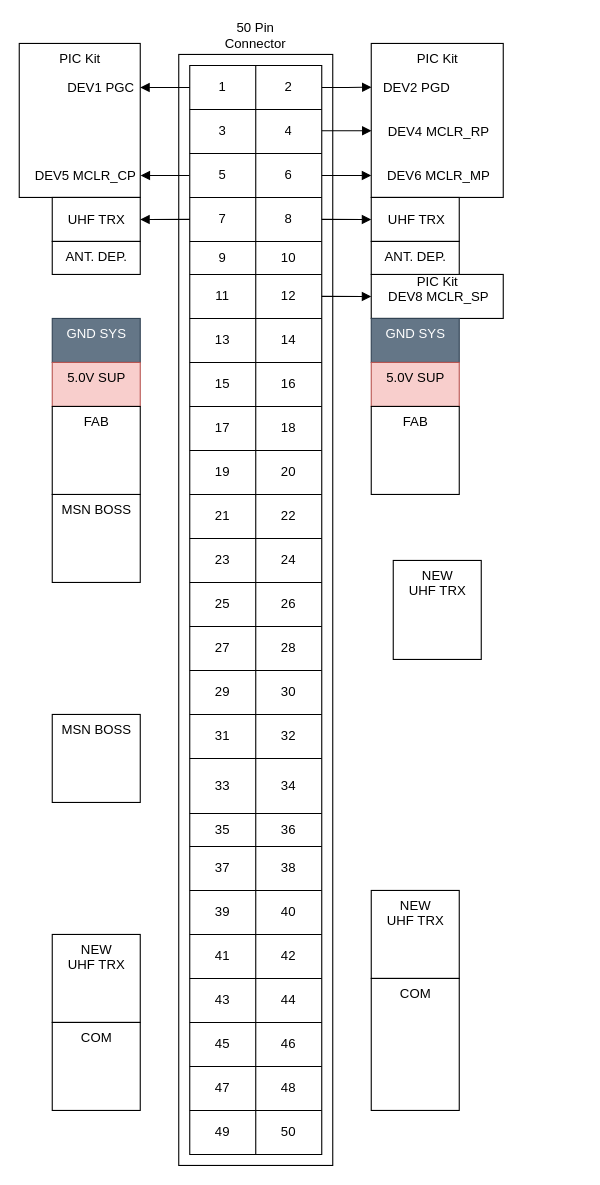
Before: page "2-ROW-50-PIN-ASSIGNMENT" (1 of 2) of Diagrams/50_pin_assignment.drawio in BIRDSOpenSource/BIRDSRP-OBC, a draw.io diagram. Source tidied: cells renumbered, new cells numbered last; positions are measured from the earlier drawing's top-left corner, leaving out a move shared by most shapes. Both pictures are drawn from the tidied source at 110%, with x=0, y=0 at pixel (19, 43).
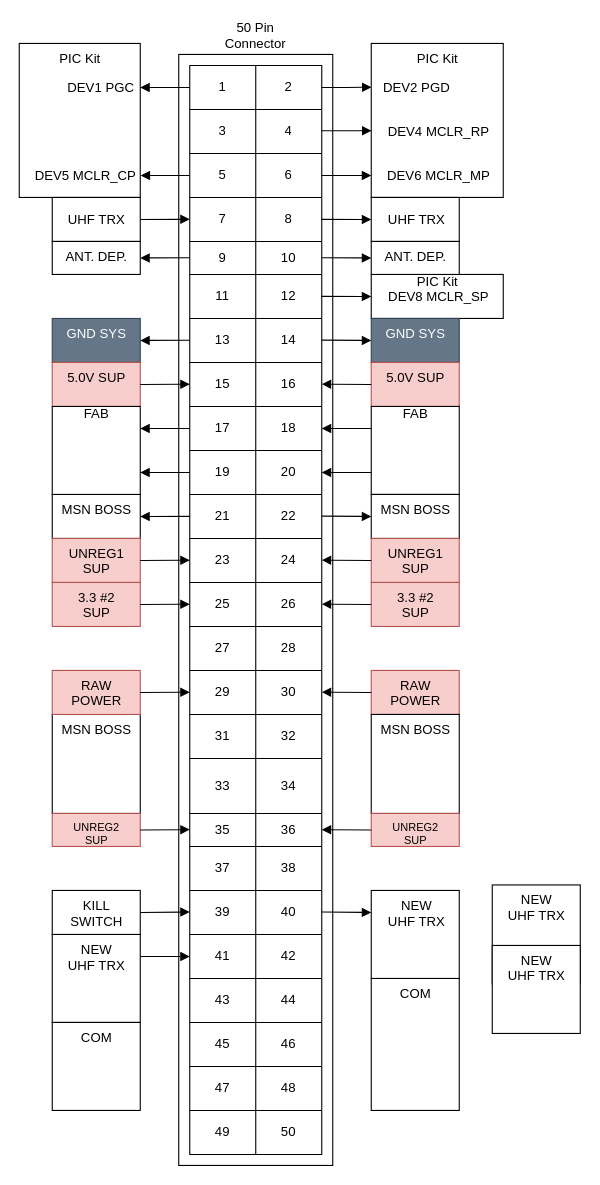
After the change.

What changed in the source:
```diff
@@
     <mxCell id="90" value="NEW&lt;div&gt;UHF TRX&lt;/div&gt;" style="html=1;perimeter=orthogonalPerimeter;targetShapes=umlLifeline;newEdgeStyle={&quot;edgeStyle&quot;:&quot;elbowEdgeStyle&quot;,&quot;elbow&quot;:&quot;vertical&quot;,&quot;curved&quot;:0,&quot;rounded&quot;:0};verticalAlign=top;" parent="1" vertex="1">
-      <mxGeometry x="340" y="470" width="80" height="90" as="geometry" />
+      <mxGeometry x="430" y="765" width="80" height="90" as="geometry" />
     </mxCell>
@@
     <mxCell id="93" value="NEW&lt;div&gt;UHF TRX&lt;/div&gt;" style="html=1;perimeter=orthogonalPerimeter;targetShapes=umlLifeline;newEdgeStyle={&quot;edgeStyle&quot;:&quot;elbowEdgeStyle&quot;,&quot;elbow&quot;:&quot;vertical&quot;,&quot;curved&quot;:0,&quot;rounded&quot;:0};verticalAlign=top;" parent="1" vertex="1">
-      <mxGeometry x="320" y="770" width="80" height="80" as="geometry" />
+      <mxGeometry x="430" y="820" width="80" height="80" as="geometry" />
     </mxCell>
-    <mxCell id="94" value="NEW&lt;div&gt;UHF TRX&lt;/div&gt;" style="html=1;perimeter=orthogonalPerimeter;targetShapes=umlLifeline;newEdgeStyle={&quot;edgeStyle&quot;:&quot;elbowEdgeStyle&quot;,&quot;elbow&quot;:&quot;vertical&quot;,&quot;curved&quot;:0,&quot;rounded&quot;:0};verticalAlign=top;" parent="1" vertex="1">
+    <mxCell id="94" style="html=1;perimeter=orthogonalPerimeter;targetShapes=umlLifeline;newEdgeStyle={&quot;edgeStyle&quot;:&quot;elbowEdgeStyle&quot;,&quot;elbow&quot;:&quot;vertical&quot;,&quot;curved&quot;:0,&quot;rounded&quot;:0};verticalAlign=top;" parent="1" vertex="1">
       <mxGeometry x="30" y="810" width="80" height="80" as="geometry" />
     </mxCell>
@@
     <mxCell id="97" value="MSN BOSS" style="html=1;perimeter=orthogonalPerimeter;targetShapes=umlLifeline;newEdgeStyle={&quot;edgeStyle&quot;:&quot;elbowEdgeStyle&quot;,&quot;elbow&quot;:&quot;vertical&quot;,&quot;curved&quot;:0,&quot;rounded&quot;:0};verticalAlign=top;" parent="1" vertex="1">
-      <mxGeometry x="30" y="610" width="80" height="80" as="geometry" />
+      <mxGeometry x="30" y="610" width="80" height="90" as="geometry" />
     </mxCell>
     <mxCell id="98" value="MSN BOSS" style="html=1;perimeter=orthogonalPerimeter;targetShapes=umlLifeline;newEdgeStyle={&quot;edgeStyle&quot;:&quot;elbowEdgeStyle&quot;,&quot;elbow&quot;:&quot;vertical&quot;,&quot;curved&quot;:0,&quot;rounded&quot;:0};verticalAlign=top;" parent="1" vertex="1">
-      <mxGeometry x="30" y="410" width="80" height="80" as="geometry" />
+      <mxGeometry x="30" y="410" width="80" height="40" as="geometry" />
     </mxCell>
@@
-    <mxCell id="103" style="html=1;verticalAlign=bottom;endArrow=block;edgeStyle=elbowEdgeStyle;elbow=vertical;curved=0;rounded=0;exitX=-0.003;exitY=0.101;exitDx=0;exitDy=0;exitPerimeter=0;entryX=1.003;entryY=0.856;entryDx=0;entryDy=0;entryPerimeter=0;" parent="1" edge="1">
+    <mxCell id="103" style="html=1;verticalAlign=bottom;endArrow=none;edgeStyle=elbowEdgeStyle;elbow=vertical;curved=0;rounded=0;exitX=-0.003;exitY=0.101;exitDx=0;exitDy=0;exitPerimeter=0;entryX=1.003;entryY=0.856;entryDx=0;entryDy=0;entryPerimeter=0;startArrow=block;startFill=1;endFill=0;" parent="1" edge="1">
       <mxGeometry relative="1" as="geometry">
         <mxPoint x="155" y="159.9" as="sourcePoint" />
         <mxPoint x="110" y="159.9" as="targetPoint" />
       </mxGeometry>
     </mxCell>
@@
-    <mxCell id="113" value="FAB" style="html=1;perimeter=orthogonalPerimeter;targetShapes=umlLifeline;newEdgeStyle={&quot;edgeStyle&quot;:&quot;elbowEdgeStyle&quot;,&quot;elbow&quot;:&quot;vertical&quot;,&quot;curved&quot;:0,&quot;rounded&quot;:0};verticalAlign=top;" parent="1" vertex="1">
+    <mxCell id="113" value="FAB" style="html=1;perimeter=orthogonalPerimeter;targetShapes=umlLifeline;newEdgeStyle={&quot;edgeStyle&quot;:&quot;elbowEdgeStyle&quot;,&quot;elbow&quot;:&quot;vertical&quot;,&quot;curved&quot;:0,&quot;rounded&quot;:0};verticalAlign=top;spacing=-5;" parent="1" vertex="1">
       <mxGeometry x="320" y="330" width="80" height="80" as="geometry" />
     </mxCell>
-    <mxCell id="114" value="FAB" style="html=1;perimeter=orthogonalPerimeter;targetShapes=umlLifeline;newEdgeStyle={&quot;edgeStyle&quot;:&quot;elbowEdgeStyle&quot;,&quot;elbow&quot;:&quot;vertical&quot;,&quot;curved&quot;:0,&quot;rounded&quot;:0};verticalAlign=top;" parent="1" vertex="1">
+    <mxCell id="114" value="FAB" style="html=1;perimeter=orthogonalPerimeter;targetShapes=umlLifeline;newEdgeStyle={&quot;edgeStyle&quot;:&quot;elbowEdgeStyle&quot;,&quot;elbow&quot;:&quot;vertical&quot;,&quot;curved&quot;:0,&quot;rounded&quot;:0};verticalAlign=top;spacing=-5;" parent="1" vertex="1">
       <mxGeometry x="30" y="330" width="80" height="80" as="geometry" />
     </mxCell>
+    <mxCell id="115" value="UNREG1&lt;div&gt;SUP&lt;/div&gt;" style="html=1;perimeter=orthogonalPerimeter;targetShapes=umlLifeline;newEdgeStyle={&quot;edgeStyle&quot;:&quot;elbowEdgeStyle&quot;,&quot;elbow&quot;:&quot;vertical&quot;,&quot;curved&quot;:0,&quot;rounded&quot;:0};labelPosition=center;verticalLabelPosition=middle;align=center;verticalAlign=top;fillColor=#f8cecc;strokeColor=#b85450;" parent="1" vertex="1">
+      <mxGeometry x="30" y="450" width="80" height="40" as="geometry" />
+    </mxCell>
+    <mxCell id="116" value="MSN BOSS" style="html=1;perimeter=orthogonalPerimeter;targetShapes=umlLifeline;newEdgeStyle={&quot;edgeStyle&quot;:&quot;elbowEdgeStyle&quot;,&quot;elbow&quot;:&quot;vertical&quot;,&quot;curved&quot;:0,&quot;rounded&quot;:0};verticalAlign=top;" parent="1" vertex="1">
+      <mxGeometry x="320" y="410" width="80" height="40" as="geometry" />
+    </mxCell>
+    <mxCell id="117" value="UNREG1&lt;div&gt;SUP&lt;/div&gt;" style="html=1;perimeter=orthogonalPerimeter;targetShapes=umlLifeline;newEdgeStyle={&quot;edgeStyle&quot;:&quot;elbowEdgeStyle&quot;,&quot;elbow&quot;:&quot;vertical&quot;,&quot;curved&quot;:0,&quot;rounded&quot;:0};labelPosition=center;verticalLabelPosition=middle;align=center;verticalAlign=top;fillColor=#f8cecc;strokeColor=#b85450;" parent="1" vertex="1">
+      <mxGeometry x="320" y="450" width="80" height="40" as="geometry" />
+    </mxCell>
+    <mxCell id="118" value="3.3 #2&lt;div&gt;SUP&lt;/div&gt;" style="html=1;perimeter=orthogonalPerimeter;targetShapes=umlLifeline;newEdgeStyle={&quot;edgeStyle&quot;:&quot;elbowEdgeStyle&quot;,&quot;elbow&quot;:&quot;vertical&quot;,&quot;curved&quot;:0,&quot;rounded&quot;:0};labelPosition=center;verticalLabelPosition=middle;align=center;verticalAlign=top;fillColor=#f8cecc;strokeColor=#b85450;" parent="1" vertex="1">
+      <mxGeometry x="30" y="490" width="80" height="40" as="geometry" />
+    </mxCell>
+    <mxCell id="119" value="3.3 #2&lt;div&gt;SUP&lt;/div&gt;" style="html=1;perimeter=orthogonalPerimeter;targetShapes=umlLifeline;newEdgeStyle={&quot;edgeStyle&quot;:&quot;elbowEdgeStyle&quot;,&quot;elbow&quot;:&quot;vertical&quot;,&quot;curved&quot;:0,&quot;rounded&quot;:0};labelPosition=center;verticalLabelPosition=middle;align=center;verticalAlign=top;fillColor=#f8cecc;strokeColor=#b85450;" parent="1" vertex="1">
+      <mxGeometry x="320" y="490" width="80" height="40" as="geometry" />
+    </mxCell>
+    <mxCell id="120" value="RAW&lt;div&gt;POWER&lt;/div&gt;" style="html=1;perimeter=orthogonalPerimeter;targetShapes=umlLifeline;newEdgeStyle={&quot;edgeStyle&quot;:&quot;elbowEdgeStyle&quot;,&quot;elbow&quot;:&quot;vertical&quot;,&quot;curved&quot;:0,&quot;rounded&quot;:0};labelPosition=center;verticalLabelPosition=middle;align=center;verticalAlign=top;fillColor=#f8cecc;strokeColor=#b85450;" parent="1" vertex="1">
+      <mxGeometry x="30" y="570" width="80" height="40" as="geometry" />
+    </mxCell>
+    <mxCell id="121" value="RAW&lt;div&gt;POWER&lt;/div&gt;" style="html=1;perimeter=orthogonalPerimeter;targetShapes=umlLifeline;newEdgeStyle={&quot;edgeStyle&quot;:&quot;elbowEdgeStyle&quot;,&quot;elbow&quot;:&quot;vertical&quot;,&quot;curved&quot;:0,&quot;rounded&quot;:0};labelPosition=center;verticalLabelPosition=middle;align=center;verticalAlign=top;fillColor=#f8cecc;strokeColor=#b85450;" parent="1" vertex="1">
+      <mxGeometry x="320" y="570" width="80" height="40" as="geometry" />
+    </mxCell>
+    <mxCell id="122" value="MSN BOSS" style="html=1;perimeter=orthogonalPerimeter;targetShapes=umlLifeline;newEdgeStyle={&quot;edgeStyle&quot;:&quot;elbowEdgeStyle&quot;,&quot;elbow&quot;:&quot;vertical&quot;,&quot;curved&quot;:0,&quot;rounded&quot;:0};verticalAlign=top;" parent="1" vertex="1">
+      <mxGeometry x="320" y="610" width="80" height="90" as="geometry" />
+    </mxCell>
+    <mxCell id="123" value="UNREG2&lt;div style=&quot;font-size: 10px;&quot;&gt;SUP&lt;/div&gt;" style="html=1;perimeter=orthogonalPerimeter;targetShapes=umlLifeline;newEdgeStyle={&quot;edgeStyle&quot;:&quot;elbowEdgeStyle&quot;,&quot;elbow&quot;:&quot;vertical&quot;,&quot;curved&quot;:0,&quot;rounded&quot;:0};labelPosition=center;verticalLabelPosition=middle;align=center;verticalAlign=top;fillColor=#f8cecc;strokeColor=#b85450;fontSize=10;" parent="1" vertex="1">
+      <mxGeometry x="30" y="700" width="80" height="30" as="geometry" />
+    </mxCell>
+    <mxCell id="124" value="UNREG2&lt;div style=&quot;font-size: 10px;&quot;&gt;SUP&lt;/div&gt;" style="html=1;perimeter=orthogonalPerimeter;targetShapes=umlLifeline;newEdgeStyle={&quot;edgeStyle&quot;:&quot;elbowEdgeStyle&quot;,&quot;elbow&quot;:&quot;vertical&quot;,&quot;curved&quot;:0,&quot;rounded&quot;:0};labelPosition=center;verticalLabelPosition=middle;align=center;verticalAlign=top;fillColor=#f8cecc;strokeColor=#b85450;fontSize=10;" parent="1" vertex="1">
+      <mxGeometry x="320" y="700" width="80" height="30" as="geometry" />
+    </mxCell>
+    <mxCell id="125" style="html=1;verticalAlign=bottom;endArrow=none;edgeStyle=elbowEdgeStyle;elbow=vertical;curved=0;rounded=0;exitX=0;exitY=0.5;exitDx=0;exitDy=0;endFill=0;startArrow=block;startFill=1;" parent="1" edge="1">
+      <mxGeometry relative="1" as="geometry">
+        <mxPoint x="275" y="469.7" as="sourcePoint" />
+        <mxPoint x="320" y="469.7" as="targetPoint" />
+      </mxGeometry>
+    </mxCell>
+    <mxCell id="126" style="html=1;verticalAlign=bottom;endArrow=block;edgeStyle=elbowEdgeStyle;elbow=vertical;curved=0;rounded=0;exitX=0;exitY=0.5;exitDx=0;exitDy=0;" parent="1" edge="1">
+      <mxGeometry relative="1" as="geometry">
+        <mxPoint x="275" y="429.7" as="sourcePoint" />
+        <mxPoint x="320" y="429.7" as="targetPoint" />
+      </mxGeometry>
+    </mxCell>
+    <mxCell id="127" style="html=1;verticalAlign=bottom;endArrow=block;edgeStyle=elbowEdgeStyle;elbow=vertical;curved=0;rounded=0;exitX=-0.003;exitY=0.101;exitDx=0;exitDy=0;exitPerimeter=0;entryX=1.003;entryY=0.856;entryDx=0;entryDy=0;entryPerimeter=0;" parent="1" edge="1">
+      <mxGeometry relative="1" as="geometry">
+        <mxPoint x="155" y="429.9" as="sourcePoint" />
+        <mxPoint x="110" y="429.9" as="targetPoint" />
+      </mxGeometry>
+    </mxCell>
+    <mxCell id="128" style="html=1;verticalAlign=bottom;endArrow=block;edgeStyle=elbowEdgeStyle;elbow=vertical;curved=0;rounded=0;exitX=-0.003;exitY=0.101;exitDx=0;exitDy=0;exitPerimeter=0;entryX=1.003;entryY=0.856;entryDx=0;entryDy=0;entryPerimeter=0;" parent="1" edge="1">
+      <mxGeometry relative="1" as="geometry">
+        <mxPoint x="155" y="390.1" as="sourcePoint" />
+        <mxPoint x="110" y="390.1" as="targetPoint" />
+      </mxGeometry>
+    </mxCell>
+    <mxCell id="129" style="html=1;verticalAlign=bottom;endArrow=block;edgeStyle=elbowEdgeStyle;elbow=vertical;curved=0;rounded=0;exitX=-0.003;exitY=0.101;exitDx=0;exitDy=0;exitPerimeter=0;entryX=1.003;entryY=0.856;entryDx=0;entryDy=0;entryPerimeter=0;" parent="1" edge="1">
+      <mxGeometry relative="1" as="geometry">
+        <mxPoint x="155" y="350.1" as="sourcePoint" />
+        <mxPoint x="110" y="350.1" as="targetPoint" />
+      </mxGeometry>
+    </mxCell>
+    <mxCell id="130" style="html=1;verticalAlign=bottom;endArrow=none;edgeStyle=elbowEdgeStyle;elbow=vertical;curved=0;rounded=0;exitX=-0.003;exitY=0.101;exitDx=0;exitDy=0;exitPerimeter=0;entryX=1.003;entryY=0.856;entryDx=0;entryDy=0;entryPerimeter=0;startArrow=block;startFill=1;endFill=0;" parent="1" edge="1">
+      <mxGeometry relative="1" as="geometry">
+        <mxPoint x="155" y="469.8" as="sourcePoint" />
+        <mxPoint x="110" y="469.8" as="targetPoint" />
+      </mxGeometry>
+    </mxCell>
+    <mxCell id="131" style="html=1;verticalAlign=bottom;endArrow=none;edgeStyle=elbowEdgeStyle;elbow=vertical;curved=0;rounded=0;exitX=-0.003;exitY=0.101;exitDx=0;exitDy=0;exitPerimeter=0;entryX=1.003;entryY=0.856;entryDx=0;entryDy=0;entryPerimeter=0;startArrow=block;startFill=1;endFill=0;" parent="1" edge="1">
+      <mxGeometry relative="1" as="geometry">
+        <mxPoint x="155" y="509.8" as="sourcePoint" />
+        <mxPoint x="110" y="509.8" as="targetPoint" />
+      </mxGeometry>
+    </mxCell>
+    <mxCell id="132" style="html=1;verticalAlign=bottom;endArrow=none;edgeStyle=elbowEdgeStyle;elbow=vertical;curved=0;rounded=0;exitX=-0.003;exitY=0.101;exitDx=0;exitDy=0;exitPerimeter=0;entryX=1.003;entryY=0.856;entryDx=0;entryDy=0;entryPerimeter=0;startArrow=block;startFill=1;endFill=0;" parent="1" edge="1">
+      <mxGeometry relative="1" as="geometry">
+        <mxPoint x="155" y="309.8" as="sourcePoint" />
+        <mxPoint x="110" y="309.8" as="targetPoint" />
+      </mxGeometry>
+    </mxCell>
+    <mxCell id="133" style="html=1;verticalAlign=bottom;endArrow=none;edgeStyle=elbowEdgeStyle;elbow=vertical;curved=0;rounded=0;exitX=-0.003;exitY=0.101;exitDx=0;exitDy=0;exitPerimeter=0;entryX=1.003;entryY=0.856;entryDx=0;entryDy=0;entryPerimeter=0;startArrow=block;startFill=1;endFill=0;" parent="1" edge="1">
+      <mxGeometry relative="1" as="geometry">
+        <mxPoint x="155" y="589.8" as="sourcePoint" />
+        <mxPoint x="110" y="589.8" as="targetPoint" />
+      </mxGeometry>
+    </mxCell>
+    <mxCell id="134" style="html=1;verticalAlign=bottom;endArrow=none;edgeStyle=elbowEdgeStyle;elbow=vertical;curved=0;rounded=0;exitX=0;exitY=0.5;exitDx=0;exitDy=0;endFill=0;startArrow=block;startFill=1;" parent="1" edge="1">
+      <mxGeometry relative="1" as="geometry">
+        <mxPoint x="275" y="309.7" as="sourcePoint" />
+        <mxPoint x="320" y="309.7" as="targetPoint" />
+      </mxGeometry>
+    </mxCell>
+    <mxCell id="135" style="html=1;verticalAlign=bottom;endArrow=none;edgeStyle=elbowEdgeStyle;elbow=vertical;curved=0;rounded=0;exitX=0;exitY=0.5;exitDx=0;exitDy=0;startArrow=block;startFill=1;endFill=0;" parent="1" edge="1">
+      <mxGeometry relative="1" as="geometry">
+        <mxPoint x="275" y="589.7" as="sourcePoint" />
+        <mxPoint x="320" y="589.7" as="targetPoint" />
+      </mxGeometry>
+    </mxCell>
+    <mxCell id="136" style="html=1;verticalAlign=bottom;endArrow=none;edgeStyle=elbowEdgeStyle;elbow=vertical;curved=0;rounded=0;exitX=0;exitY=0.5;exitDx=0;exitDy=0;startArrow=block;startFill=1;endFill=0;" parent="1" edge="1">
+      <mxGeometry relative="1" as="geometry">
+        <mxPoint x="275" y="509.7" as="sourcePoint" />
+        <mxPoint x="320" y="509.7" as="targetPoint" />
+      </mxGeometry>
+    </mxCell>
+    <mxCell id="137" style="html=1;verticalAlign=bottom;endArrow=block;edgeStyle=elbowEdgeStyle;elbow=vertical;curved=0;rounded=0;exitX=0;exitY=0.5;exitDx=0;exitDy=0;" parent="1" edge="1">
+      <mxGeometry relative="1" as="geometry">
+        <mxPoint x="275" y="269.7" as="sourcePoint" />
+        <mxPoint x="320" y="269.7" as="targetPoint" />
+      </mxGeometry>
+    </mxCell>
+    <mxCell id="138" style="html=1;verticalAlign=bottom;endArrow=block;edgeStyle=elbowEdgeStyle;elbow=vertical;curved=0;rounded=0;exitX=-0.003;exitY=0.101;exitDx=0;exitDy=0;exitPerimeter=0;entryX=1.003;entryY=0.856;entryDx=0;entryDy=0;entryPerimeter=0;" parent="1" edge="1">
+      <mxGeometry relative="1" as="geometry">
+        <mxPoint x="155" y="269.8" as="sourcePoint" />
+        <mxPoint x="110" y="269.8" as="targetPoint" />
+      </mxGeometry>
+    </mxCell>
+    <mxCell id="139" style="html=1;verticalAlign=bottom;endArrow=block;edgeStyle=elbowEdgeStyle;elbow=vertical;curved=0;rounded=0;exitX=-0.003;exitY=0.101;exitDx=0;exitDy=0;exitPerimeter=0;entryX=1.003;entryY=0.856;entryDx=0;entryDy=0;entryPerimeter=0;" parent="1" edge="1">
+      <mxGeometry relative="1" as="geometry">
+        <mxPoint x="155" y="194.8" as="sourcePoint" />
+        <mxPoint x="110" y="194.8" as="targetPoint" />
+      </mxGeometry>
+    </mxCell>
+    <mxCell id="140" style="html=1;verticalAlign=bottom;endArrow=block;edgeStyle=elbowEdgeStyle;elbow=vertical;curved=0;rounded=0;exitX=0;exitY=0.5;exitDx=0;exitDy=0;" parent="1" edge="1">
+      <mxGeometry relative="1" as="geometry">
+        <mxPoint x="275" y="194.8" as="sourcePoint" />
+        <mxPoint x="320" y="194.8" as="targetPoint" />
+      </mxGeometry>
+    </mxCell>
+    <mxCell id="141" style="html=1;verticalAlign=bottom;endArrow=block;edgeStyle=elbowEdgeStyle;elbow=vertical;curved=0;rounded=0;exitX=-0.003;exitY=0.101;exitDx=0;exitDy=0;exitPerimeter=0;entryX=1.003;entryY=0.856;entryDx=0;entryDy=0;entryPerimeter=0;" parent="1" edge="1">
+      <mxGeometry relative="1" as="geometry">
+        <mxPoint x="320" y="350" as="sourcePoint" />
+        <mxPoint x="275" y="350" as="targetPoint" />
+      </mxGeometry>
+    </mxCell>
+    <mxCell id="142" style="html=1;verticalAlign=bottom;endArrow=block;edgeStyle=elbowEdgeStyle;elbow=vertical;curved=0;rounded=0;exitX=-0.003;exitY=0.101;exitDx=0;exitDy=0;exitPerimeter=0;entryX=1.003;entryY=0.856;entryDx=0;entryDy=0;entryPerimeter=0;" parent="1" edge="1">
+      <mxGeometry relative="1" as="geometry">
+        <mxPoint x="320" y="390" as="sourcePoint" />
+        <mxPoint x="275" y="390" as="targetPoint" />
+      </mxGeometry>
+    </mxCell>
+    <mxCell id="143" style="html=1;verticalAlign=bottom;endArrow=none;edgeStyle=elbowEdgeStyle;elbow=vertical;curved=0;rounded=0;exitX=-0.003;exitY=0.101;exitDx=0;exitDy=0;exitPerimeter=0;entryX=1.003;entryY=0.856;entryDx=0;entryDy=0;entryPerimeter=0;startArrow=block;startFill=1;endFill=0;" parent="1" edge="1">
+      <mxGeometry relative="1" as="geometry">
+        <mxPoint x="155" y="714.7" as="sourcePoint" />
+        <mxPoint x="110" y="714.7" as="targetPoint" />
+      </mxGeometry>
+    </mxCell>
+    <mxCell id="144" style="html=1;verticalAlign=bottom;endArrow=none;edgeStyle=elbowEdgeStyle;elbow=vertical;curved=0;rounded=0;exitX=0;exitY=0.5;exitDx=0;exitDy=0;startArrow=block;startFill=1;endFill=0;" parent="1" edge="1">
+      <mxGeometry relative="1" as="geometry">
+        <mxPoint x="275" y="714.8" as="sourcePoint" />
+        <mxPoint x="320" y="714.8" as="targetPoint" />
+      </mxGeometry>
+    </mxCell>
+    <mxCell id="145" style="html=1;perimeter=orthogonalPerimeter;targetShapes=umlLifeline;newEdgeStyle={&quot;edgeStyle&quot;:&quot;elbowEdgeStyle&quot;,&quot;elbow&quot;:&quot;vertical&quot;,&quot;curved&quot;:0,&quot;rounded&quot;:0};verticalAlign=top;" parent="1" vertex="1">
+      <mxGeometry x="30" y="770" width="80" height="40" as="geometry" />
+    </mxCell>
+    <mxCell id="146" style="html=1;verticalAlign=bottom;endArrow=none;edgeStyle=elbowEdgeStyle;elbow=vertical;curved=0;rounded=0;exitX=-0.003;exitY=0.101;exitDx=0;exitDy=0;exitPerimeter=0;entryX=1.003;entryY=0.856;entryDx=0;entryDy=0;entryPerimeter=0;startArrow=block;startFill=1;endFill=0;" parent="1" edge="1">
+      <mxGeometry relative="1" as="geometry">
+        <mxPoint x="155" y="830" as="sourcePoint" />
+        <mxPoint x="110" y="830" as="targetPoint" />
+      </mxGeometry>
+    </mxCell>
+    <mxCell id="147" value="NEW&lt;div&gt;UHF TRX&lt;/div&gt;" style="edgeLabel;html=1;align=center;verticalAlign=middle;fontSize=12;" parent="146" vertex="1">
+      <mxGeometry x="-0.31" y="1" relative="1" as="geometry">
+        <mxPoint x="-70" y="-1" as="offset" />
+      </mxGeometry>
+    </mxCell>
+    <mxCell id="148" style="html=1;perimeter=orthogonalPerimeter;targetShapes=umlLifeline;newEdgeStyle={&quot;edgeStyle&quot;:&quot;elbowEdgeStyle&quot;,&quot;elbow&quot;:&quot;vertical&quot;,&quot;curved&quot;:0,&quot;rounded&quot;:0};verticalAlign=top;" parent="1" vertex="1">
+      <mxGeometry x="320" y="770" width="80" height="80" as="geometry" />
+    </mxCell>
+    <mxCell id="149" style="html=1;verticalAlign=bottom;endArrow=block;edgeStyle=elbowEdgeStyle;elbow=vertical;curved=0;rounded=0;exitX=0;exitY=0.5;exitDx=0;exitDy=0;" parent="1" edge="1">
+      <mxGeometry relative="1" as="geometry">
+        <mxPoint x="275" y="789.6" as="sourcePoint" />
+        <mxPoint x="320" y="789.6" as="targetPoint" />
+      </mxGeometry>
+    </mxCell>
+    <mxCell id="150" value="NEW&lt;div&gt;UHF TRX&lt;/div&gt;" style="edgeLabel;html=1;align=center;verticalAlign=middle;fontSize=12;" parent="149" vertex="1">
+      <mxGeometry x="-0.31" y="1" relative="1" as="geometry">
+        <mxPoint x="70" y="1" as="offset" />
+      </mxGeometry>
+    </mxCell>
+    <mxCell id="151" style="html=1;verticalAlign=bottom;endArrow=none;edgeStyle=elbowEdgeStyle;elbow=vertical;curved=0;rounded=0;exitX=-0.003;exitY=0.101;exitDx=0;exitDy=0;exitPerimeter=0;entryX=1.003;entryY=0.856;entryDx=0;entryDy=0;entryPerimeter=0;startArrow=block;startFill=1;endFill=0;" parent="1" edge="1">
+      <mxGeometry relative="1" as="geometry">
+        <mxPoint x="155" y="789.6" as="sourcePoint" />
+        <mxPoint x="110" y="789.6" as="targetPoint" />
+      </mxGeometry>
+    </mxCell>
+    <mxCell id="152" value="KILL&lt;div&gt;SWITCH&lt;/div&gt;" style="edgeLabel;html=1;align=center;verticalAlign=middle;fontSize=12;" parent="151" vertex="1">
+      <mxGeometry x="-0.31" y="1" relative="1" as="geometry">
+        <mxPoint x="-70" y="-1" as="offset" />
+      </mxGeometry>
+    </mxCell>
```
